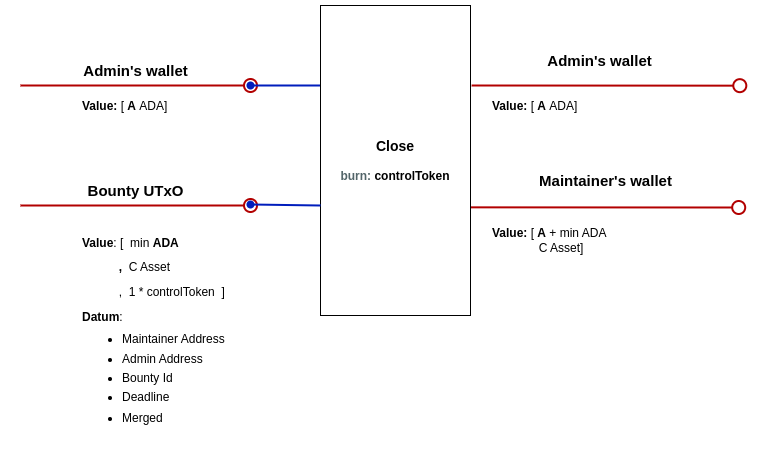
This is docs/img/close1.png from githoney-io/githoney-smart-contract, a draw.io export, as it was before one commit. Source tidied: cells renumbered, new cells last; positions are measured from the earlier drawing's top-left corner, leaving out a move shared by most shapes. Source of this version:
```xml
<mxGraphModel>
  <root>
    <mxCell id="0" />
    <mxCell id="1" parent="0" />
    <mxCell id="2" style="endArrow=oval;html=1;rounded=0;strokeWidth=2;fillColor=#e51400;strokeColor=#B20000;startArrow=none;startFill=0;endFill=0;endSize=13;" parent="1" edge="1">
      <mxGeometry relative="1" as="geometry">
        <mxPoint y="80" as="sourcePoint" />
        <mxPoint x="230" y="80" as="targetPoint" />
      </mxGeometry>
    </mxCell>
    <mxCell id="3" style="endArrow=oval;html=1;rounded=0;fillColor=#0050ef;strokeColor=#001DBC;shadow=0;strokeWidth=2;startArrow=none;startFill=0;endFill=1;endSize=6;" parent="1" edge="1">
      <mxGeometry relative="1" as="geometry">
        <mxPoint x="350" y="80" as="sourcePoint" />
        <mxPoint x="230" y="80" as="targetPoint" />
      </mxGeometry>
    </mxCell>
    <mxCell id="4" value="&lt;b&gt;Value: &lt;/b&gt;[&lt;b&gt;&amp;nbsp;A&lt;/b&gt;&amp;nbsp;ADA]" style="text;html=1;strokeColor=none;fillColor=none;align=left;verticalAlign=middle;whiteSpace=wrap;rounded=0;" parent="1" vertex="1">
      <mxGeometry x="60" y="80" width="174" height="41" as="geometry" />
    </mxCell>
    <mxCell id="5" style="endArrow=oval;html=1;rounded=0;strokeWidth=2;fillColor=#e51400;strokeColor=#B20000;startArrow=none;startFill=0;endFill=0;endSize=13;exitX=1.015;exitY=0.384;exitDx=0;exitDy=0;exitPerimeter=0;" parent="1" edge="1">
      <mxGeometry relative="1" as="geometry">
        <mxPoint x="450" y="201.8" as="sourcePoint" />
        <mxPoint x="718.2" y="202" as="targetPoint" />
      </mxGeometry>
    </mxCell>
    <mxCell id="6" value="&lt;font style=&quot;&quot;&gt;&lt;span style=&quot;font-weight: bold; font-size: 14px;&quot;&gt;Close&lt;br&gt;&lt;/span&gt;&lt;/font&gt;&lt;br&gt;&lt;b&gt;&lt;font color=&quot;#536569&quot;&gt;burn:&amp;nbsp;&lt;/font&gt;controlToken&lt;/b&gt;" style="rounded=0;whiteSpace=wrap;html=1;" parent="1" vertex="1">
      <mxGeometry x="300" width="150" height="310" as="geometry" />
    </mxCell>
    <mxCell id="7" value="&lt;font style=&quot;font-size: 15px;&quot;&gt;&lt;b style=&quot;font-size: 12px;&quot;&gt;&lt;font style=&quot;font-size: 15px;&quot;&gt;Admin's wallet&lt;/font&gt;&lt;/b&gt;&lt;b&gt;&lt;br&gt;&lt;/b&gt;&lt;/font&gt;" style="text;html=1;align=center;verticalAlign=middle;strokeColor=none;fillColor=none;" parent="1" vertex="1">
      <mxGeometry x="50" y="50" width="130" height="30" as="geometry" />
    </mxCell>
    <mxCell id="8" value="&lt;font style=&quot;font-size: 15px;&quot;&gt;&lt;b style=&quot;font-size: 12px;&quot;&gt;&lt;font style=&quot;font-size: 15px;&quot;&gt;Maintainer's wallet&lt;/font&gt;&lt;/b&gt;&lt;b&gt;&lt;br&gt;&lt;/b&gt;&lt;/font&gt;" style="text;html=1;align=center;verticalAlign=middle;strokeColor=none;fillColor=none;" parent="1" vertex="1">
      <mxGeometry x="505.2" y="160" width="160" height="30" as="geometry" />
    </mxCell>
    <mxCell id="9" style="endArrow=oval;html=1;rounded=0;strokeWidth=2;fillColor=#e51400;strokeColor=#B20000;startArrow=none;startFill=0;endFill=0;endSize=13;" parent="1" edge="1">
      <mxGeometry relative="1" as="geometry">
        <mxPoint y="200" as="sourcePoint" />
        <mxPoint x="230" y="200" as="targetPoint" />
      </mxGeometry>
    </mxCell>
    <mxCell id="10" style="endArrow=oval;html=1;rounded=0;fillColor=#0050ef;strokeColor=#001DBC;shadow=0;strokeWidth=2;startArrow=none;startFill=0;endFill=1;endSize=6;" parent="1" edge="1">
      <mxGeometry relative="1" as="geometry">
        <mxPoint x="300" y="200" as="sourcePoint" />
        <mxPoint x="230" y="199" as="targetPoint" />
      </mxGeometry>
    </mxCell>
    <mxCell id="11" value="&lt;font style=&quot;font-size: 15px;&quot;&gt;&lt;b&gt;Bounty UTxO&lt;/b&gt;&lt;/font&gt;" style="text;html=1;align=center;verticalAlign=middle;strokeColor=none;fillColor=none;" parent="1" vertex="1">
      <mxGeometry x="55" y="170" width="120" height="30" as="geometry" />
    </mxCell>
    <mxCell id="12" value="&lt;p style=&quot;line-height: 100%;&quot;&gt;&lt;b&gt;Value&lt;/b&gt;: [&amp;nbsp; min&lt;b&gt;&amp;nbsp;ADA&lt;/b&gt;&lt;/p&gt;&lt;p style=&quot;line-height: 100%;&quot;&gt;&lt;b&gt;&lt;span style=&quot;white-space: pre;&quot;&gt;&#9;&lt;/span&gt;&amp;nbsp; &amp;nbsp;,&amp;nbsp; &lt;/b&gt;C Asset&lt;br&gt;&lt;/p&gt;&lt;span style=&quot;background-color: initial;&quot;&gt;&amp;nbsp; &amp;nbsp; &amp;nbsp; &amp;nbsp; &amp;nbsp; &amp;nbsp;,&amp;nbsp; 1 * controlToken&lt;/span&gt;&lt;b style=&quot;background-color: initial;&quot;&gt;&amp;nbsp;&amp;nbsp;&lt;/b&gt;&lt;span style=&quot;background-color: initial;&quot;&gt;]&amp;nbsp;&lt;/span&gt;&lt;div&gt;&lt;p style=&quot;line-height: 100%;&quot;&gt;&lt;b&gt;Datum&lt;/b&gt;:&lt;/p&gt;&lt;ul style=&quot;line-height: 80%;&quot;&gt;&lt;li&gt;Maintainer Address&lt;br&gt;&lt;br&gt;&lt;/li&gt;&lt;li&gt;Admin Address&amp;nbsp; &amp;nbsp; &amp;nbsp; &amp;nbsp; &amp;nbsp; &amp;nbsp;&lt;br&gt;&amp;nbsp; &amp;nbsp; &amp;nbsp;&lt;/li&gt;&lt;li&gt;Bounty Id&lt;br&gt;&lt;br&gt;&lt;/li&gt;&lt;li&gt;Deadline&lt;/li&gt;&lt;/ul&gt;&lt;ul style=&quot;line-height: 80%;&quot;&gt;&lt;li&gt;Merged&lt;br&gt;&lt;/li&gt;&lt;/ul&gt;&lt;p&gt;&lt;/p&gt;&lt;/div&gt;" style="text;html=1;strokeColor=none;fillColor=none;align=left;verticalAlign=middle;whiteSpace=wrap;rounded=0;" parent="1" vertex="1">
      <mxGeometry x="60" y="200" width="437.4" height="250" as="geometry" />
    </mxCell>
    <mxCell id="13" value="&lt;b&gt;Value: &lt;/b&gt;[&lt;b&gt;&amp;nbsp;A&lt;/b&gt;&amp;nbsp;+ min ADA&lt;br&gt;&lt;div&gt;&lt;span style=&quot;white-space: pre;&quot;&gt;&#9;&lt;/span&gt;&amp;nbsp; &amp;nbsp; &amp;nbsp; C Asset]&lt;/div&gt;" style="text;html=1;strokeColor=none;fillColor=none;align=left;verticalAlign=middle;whiteSpace=wrap;rounded=0;" parent="1" vertex="1">
      <mxGeometry x="470" y="214.5" width="174" height="41" as="geometry" />
    </mxCell>
    <mxCell id="14" style="endArrow=oval;html=1;rounded=0;strokeWidth=2;fillColor=#e51400;strokeColor=#B20000;startArrow=none;startFill=0;endFill=0;endSize=13;exitX=1.015;exitY=0.384;exitDx=0;exitDy=0;exitPerimeter=0;" parent="1" edge="1">
      <mxGeometry relative="1" as="geometry">
        <mxPoint x="451.1" y="80" as="sourcePoint" />
        <mxPoint x="719.3" y="80.2" as="targetPoint" />
      </mxGeometry>
    </mxCell>
    <mxCell id="15" value="&lt;font style=&quot;font-size: 15px;&quot;&gt;&lt;b style=&quot;font-size: 12px;&quot;&gt;&lt;font style=&quot;font-size: 15px;&quot;&gt;Admin's wallet&lt;/font&gt;&lt;/b&gt;&lt;b&gt;&lt;br&gt;&lt;/b&gt;&lt;/font&gt;" style="text;html=1;align=center;verticalAlign=middle;strokeColor=none;fillColor=none;" parent="1" vertex="1">
      <mxGeometry x="514" y="40" width="130" height="30" as="geometry" />
    </mxCell>
    <mxCell id="16" value="&lt;b&gt;Value: &lt;/b&gt;[&lt;b&gt;&amp;nbsp;A&lt;/b&gt;&amp;nbsp;ADA]" style="text;html=1;strokeColor=none;fillColor=none;align=left;verticalAlign=middle;whiteSpace=wrap;rounded=0;" parent="1" vertex="1">
      <mxGeometry x="470" y="80" width="174" height="41" as="geometry" />
    </mxCell>
  </root>
</mxGraphModel>
```
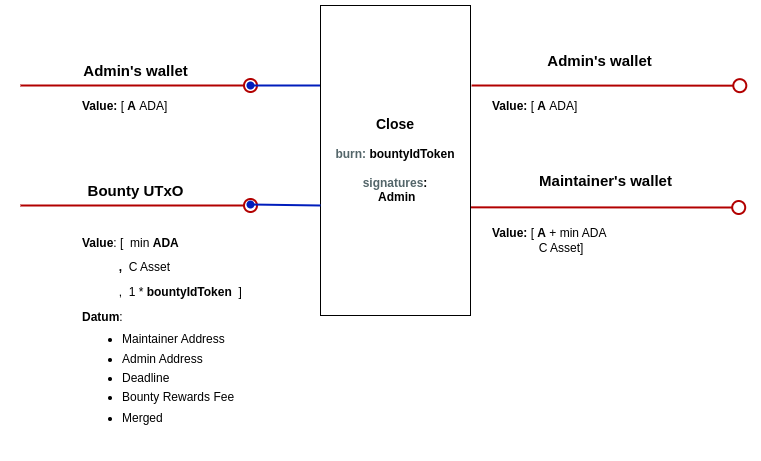
The same diagram one commit later.

Change to the diagram source:
```diff
@@ -23,7 +23,7 @@
         <mxPoint x="718.2" y="202" as="targetPoint" />
       </mxGeometry>
     </mxCell>
-    <mxCell id="6" value="&lt;font style=&quot;&quot;&gt;&lt;span style=&quot;font-weight: bold; font-size: 14px;&quot;&gt;Close&lt;br&gt;&lt;/span&gt;&lt;/font&gt;&lt;br&gt;&lt;b&gt;&lt;font color=&quot;#536569&quot;&gt;burn:&amp;nbsp;&lt;/font&gt;controlToken&lt;/b&gt;" style="rounded=0;whiteSpace=wrap;html=1;" parent="1" vertex="1">
+    <mxCell id="6" value="&lt;font style=&quot;&quot;&gt;&lt;span style=&quot;font-weight: bold; font-size: 14px;&quot;&gt;Close&lt;br&gt;&lt;/span&gt;&lt;/font&gt;&lt;br&gt;&lt;b&gt;&lt;font color=&quot;#536569&quot;&gt;burn:&amp;nbsp;&lt;/font&gt;&lt;/b&gt;&lt;b&gt;bountyIdToken&lt;br&gt;&lt;br&gt;&lt;/b&gt;&lt;b&gt;&lt;font color=&quot;#536569&quot;&gt;signatures&lt;/font&gt;:&lt;br&gt;&amp;nbsp;Admin&lt;/b&gt;&lt;b&gt;&lt;br&gt;&lt;/b&gt;" style="rounded=0;whiteSpace=wrap;html=1;" parent="1" vertex="1">
       <mxGeometry x="300" width="150" height="310" as="geometry" />
     </mxCell>
     <mxCell id="7" value="&lt;font style=&quot;font-size: 15px;&quot;&gt;&lt;b style=&quot;font-size: 12px;&quot;&gt;&lt;font style=&quot;font-size: 15px;&quot;&gt;Admin's wallet&lt;/font&gt;&lt;/b&gt;&lt;b&gt;&lt;br&gt;&lt;/b&gt;&lt;/font&gt;" style="text;html=1;align=center;verticalAlign=middle;strokeColor=none;fillColor=none;" parent="1" vertex="1">
@@ -47,7 +47,7 @@
     <mxCell id="11" value="&lt;font style=&quot;font-size: 15px;&quot;&gt;&lt;b&gt;Bounty UTxO&lt;/b&gt;&lt;/font&gt;" style="text;html=1;align=center;verticalAlign=middle;strokeColor=none;fillColor=none;" parent="1" vertex="1">
       <mxGeometry x="55" y="170" width="120" height="30" as="geometry" />
     </mxCell>
-    <mxCell id="12" value="&lt;p style=&quot;line-height: 100%;&quot;&gt;&lt;b&gt;Value&lt;/b&gt;: [&amp;nbsp; min&lt;b&gt;&amp;nbsp;ADA&lt;/b&gt;&lt;/p&gt;&lt;p style=&quot;line-height: 100%;&quot;&gt;&lt;b&gt;&lt;span style=&quot;white-space: pre;&quot;&gt;&#9;&lt;/span&gt;&amp;nbsp; &amp;nbsp;,&amp;nbsp; &lt;/b&gt;C Asset&lt;br&gt;&lt;/p&gt;&lt;span style=&quot;background-color: initial;&quot;&gt;&amp;nbsp; &amp;nbsp; &amp;nbsp; &amp;nbsp; &amp;nbsp; &amp;nbsp;,&amp;nbsp; 1 * controlToken&lt;/span&gt;&lt;b style=&quot;background-color: initial;&quot;&gt;&amp;nbsp;&amp;nbsp;&lt;/b&gt;&lt;span style=&quot;background-color: initial;&quot;&gt;]&amp;nbsp;&lt;/span&gt;&lt;div&gt;&lt;p style=&quot;line-height: 100%;&quot;&gt;&lt;b&gt;Datum&lt;/b&gt;:&lt;/p&gt;&lt;ul style=&quot;line-height: 80%;&quot;&gt;&lt;li&gt;Maintainer Address&lt;br&gt;&lt;br&gt;&lt;/li&gt;&lt;li&gt;Admin Address&amp;nbsp; &amp;nbsp; &amp;nbsp; &amp;nbsp; &amp;nbsp; &amp;nbsp;&lt;br&gt;&amp;nbsp; &amp;nbsp; &amp;nbsp;&lt;/li&gt;&lt;li&gt;Bounty Id&lt;br&gt;&lt;br&gt;&lt;/li&gt;&lt;li&gt;Deadline&lt;/li&gt;&lt;/ul&gt;&lt;ul style=&quot;line-height: 80%;&quot;&gt;&lt;li&gt;Merged&lt;br&gt;&lt;/li&gt;&lt;/ul&gt;&lt;p&gt;&lt;/p&gt;&lt;/div&gt;" style="text;html=1;strokeColor=none;fillColor=none;align=left;verticalAlign=middle;whiteSpace=wrap;rounded=0;" parent="1" vertex="1">
+    <mxCell id="12" value="&lt;p style=&quot;line-height: 100%;&quot;&gt;&lt;b&gt;Value&lt;/b&gt;: [&amp;nbsp; min&lt;b&gt;&amp;nbsp;ADA&lt;/b&gt;&lt;/p&gt;&lt;p style=&quot;line-height: 100%;&quot;&gt;&lt;b&gt;&lt;span style=&quot;white-space: pre;&quot;&gt;&#9;&lt;/span&gt;&amp;nbsp; &amp;nbsp;,&amp;nbsp; &lt;/b&gt;C Asset&lt;br&gt;&lt;/p&gt;&lt;span style=&quot;background-color: initial;&quot;&gt;&amp;nbsp; &amp;nbsp; &amp;nbsp; &amp;nbsp; &amp;nbsp; &amp;nbsp;,&amp;nbsp; 1 *&amp;nbsp;&lt;/span&gt;&lt;b style=&quot;text-align: center;&quot;&gt;bountyIdToken&lt;/b&gt;&lt;b style=&quot;background-color: initial;&quot;&gt;&amp;nbsp;&amp;nbsp;&lt;/b&gt;&lt;span style=&quot;background-color: initial;&quot;&gt;]&amp;nbsp;&lt;/span&gt;&lt;div&gt;&lt;p style=&quot;line-height: 100%;&quot;&gt;&lt;b&gt;Datum&lt;/b&gt;:&lt;/p&gt;&lt;ul style=&quot;line-height: 80%;&quot;&gt;&lt;li&gt;Maintainer Address&lt;br&gt;&lt;br&gt;&lt;/li&gt;&lt;li&gt;Admin Address&amp;nbsp; &amp;nbsp; &amp;nbsp; &amp;nbsp; &amp;nbsp; &amp;nbsp;&lt;br&gt;&amp;nbsp; &amp;nbsp; &amp;nbsp;&lt;/li&gt;&lt;li&gt;Deadline&lt;br&gt;&lt;br&gt;&lt;/li&gt;&lt;li&gt;Bounty Rewards Fee&lt;/li&gt;&lt;/ul&gt;&lt;ul style=&quot;line-height: 80%;&quot;&gt;&lt;li&gt;Merged&lt;br&gt;&lt;/li&gt;&lt;/ul&gt;&lt;p&gt;&lt;/p&gt;&lt;/div&gt;" style="text;html=1;strokeColor=none;fillColor=none;align=left;verticalAlign=middle;whiteSpace=wrap;rounded=0;" parent="1" vertex="1">
       <mxGeometry x="60" y="200" width="437.4" height="250" as="geometry" />
     </mxCell>
     <mxCell id="13" value="&lt;b&gt;Value: &lt;/b&gt;[&lt;b&gt;&amp;nbsp;A&lt;/b&gt;&amp;nbsp;+ min ADA&lt;br&gt;&lt;div&gt;&lt;span style=&quot;white-space: pre;&quot;&gt;&#9;&lt;/span&gt;&amp;nbsp; &amp;nbsp; &amp;nbsp; C Asset]&lt;/div&gt;" style="text;html=1;strokeColor=none;fillColor=none;align=left;verticalAlign=middle;whiteSpace=wrap;rounded=0;" parent="1" vertex="1">
```
